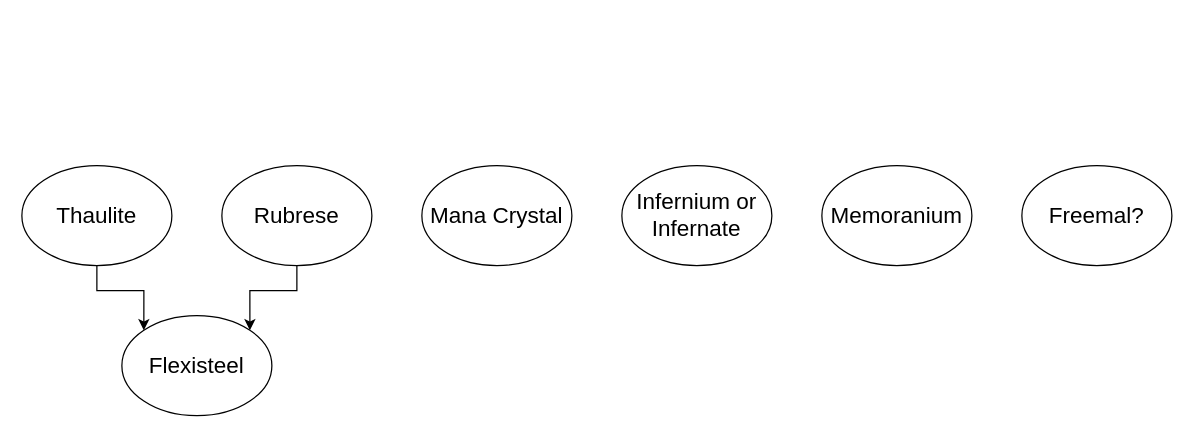
Earlier version of the draw.io diagram ResourceAndCraftingDiagram.drawio (Shain-Allen/MagicFactoryProject). Source tidied: cells renumbered, new cells numbered last; positions are measured from the earlier drawing's top-left corner, leaving out a move shared by most shapes. Both pictures are drawn from the tidied source at 125%, with x=0, y=0 at pixel (21, 165).
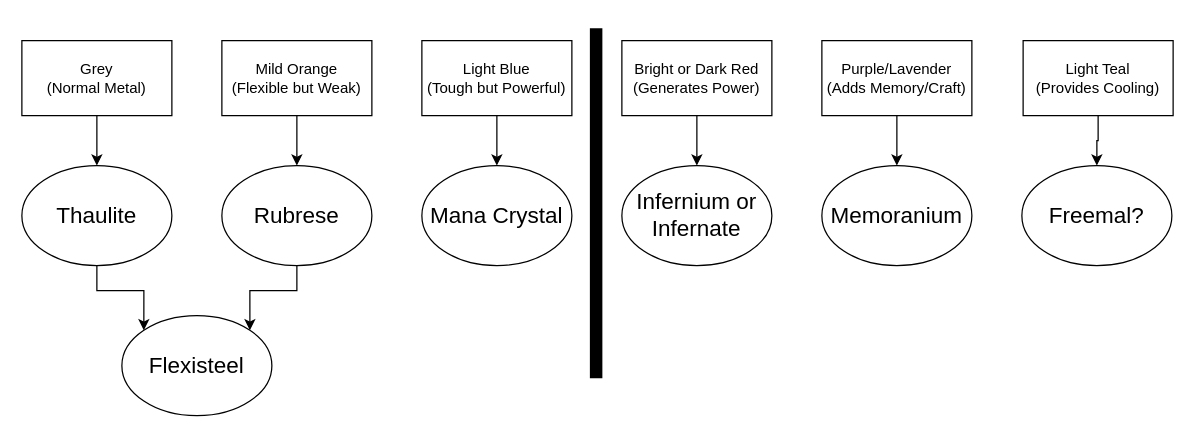
After the change.

Commit message:
Added slight description to each type of resource

The change refers to these unchanged cells:
```xml
<mxCell id="3" value="Rubrese" style="ellipse;whiteSpace=wrap;html=1;fontStyle=0;fontSize=18;fontFamily=Helvetica;" parent="1" vertex="1">
  <mxGeometry x="160" width="120" height="80" as="geometry" />
</mxCell>
<mxCell id="4" value="Freemal?" style="ellipse;whiteSpace=wrap;html=1;fontStyle=0;fontSize=18;fontFamily=Helvetica;" parent="1" vertex="1">
  <mxGeometry x="800" width="120" height="80" as="geometry" />
</mxCell>
<mxCell id="6" value="Thaulite" style="ellipse;whiteSpace=wrap;html=1;fontStyle=0;fontSize=18;fontFamily=Helvetica;" parent="1" vertex="1">
  <mxGeometry width="120" height="80" as="geometry" />
</mxCell>
<mxCell id="8" value="Memoranium" style="ellipse;whiteSpace=wrap;html=1;fontStyle=0;fontSize=18;fontFamily=Helvetica;" parent="1" vertex="1">
  <mxGeometry x="640" width="120" height="80" as="geometry" />
</mxCell>
<mxCell id="9" value="Mana Crystal" style="ellipse;whiteSpace=wrap;html=1;fontStyle=0;fontSize=18;fontFamily=Helvetica;" parent="1" vertex="1">
  <mxGeometry x="320" width="120" height="80" as="geometry" />
</mxCell>
<mxCell id="10" value="Infernium or&lt;br style=&quot;font-size: 18px;&quot;&gt;Infernate" style="ellipse;whiteSpace=wrap;html=1;fontStyle=0;fontSize=18;fontFamily=Helvetica;" parent="1" vertex="1">
  <mxGeometry x="480" width="120" height="80" as="geometry" />
</mxCell>
```

The edit, as a diff of the source:
```diff
@@
+    <mxCell id="11" style="edgeStyle=orthogonalEdgeStyle;rounded=0;jettySize=auto;html=1;exitX=0.5;exitY=1;exitDx=0;exitDy=0;entryX=0.5;entryY=0;entryDx=0;entryDy=0;fontFamily=Helvetica;fontSize=18;" parent="1" edge="1" source="12" target="6">
+      <mxGeometry relative="1" as="geometry" />
+    </mxCell>
+    <mxCell id="12" value="Grey&lt;br&gt;(Normal Metal)" style="rounded=0;whiteSpace=wrap;html=1;fontFamily=Helvetica;fontSize=12;" parent="1" vertex="1">
+      <mxGeometry y="-100" width="120" height="60" as="geometry" />
+    </mxCell>
+    <mxCell id="13" style="edgeStyle=orthogonalEdgeStyle;rounded=0;jettySize=auto;html=1;exitX=0.5;exitY=1;exitDx=0;exitDy=0;entryX=0.5;entryY=0;entryDx=0;entryDy=0;fontFamily=Helvetica;fontSize=18;" parent="1" edge="1" source="14" target="8">
+      <mxGeometry relative="1" as="geometry" />
+    </mxCell>
+    <mxCell id="14" value="Purple/Lavender&lt;br&gt;(Adds Memory/Craft)" style="rounded=0;whiteSpace=wrap;html=1;fontFamily=Helvetica;fontSize=12;" parent="1" vertex="1">
+      <mxGeometry x="640" y="-100" width="120" height="60" as="geometry" />
+    </mxCell>
+    <mxCell id="15" style="edgeStyle=orthogonalEdgeStyle;rounded=0;jettySize=auto;html=1;exitX=0.5;exitY=1;exitDx=0;exitDy=0;entryX=0.5;entryY=0;entryDx=0;entryDy=0;fontFamily=Helvetica;fontSize=18;" parent="1" edge="1" source="16" target="4">
+      <mxGeometry relative="1" as="geometry" />
+    </mxCell>
+    <mxCell id="16" value="Light Teal&lt;br&gt;(Provides Cooling)" style="rounded=0;whiteSpace=wrap;html=1;fontFamily=Helvetica;fontSize=12;" parent="1" vertex="1">
+      <mxGeometry x="801" y="-100" width="120" height="60" as="geometry" />
+    </mxCell>
+    <mxCell id="17" style="edgeStyle=orthogonalEdgeStyle;rounded=0;jettySize=auto;html=1;exitX=0.5;exitY=1;exitDx=0;exitDy=0;entryX=0.5;entryY=0;entryDx=0;entryDy=0;fontFamily=Helvetica;fontSize=18;" parent="1" edge="1" source="18" target="10">
+      <mxGeometry relative="1" as="geometry" />
+    </mxCell>
+    <mxCell id="18" value="Bright or Dark Red&lt;br&gt;(Generates Power)" style="rounded=0;whiteSpace=wrap;html=1;fontFamily=Helvetica;fontSize=12;" parent="1" vertex="1">
+      <mxGeometry x="480" y="-100" width="120" height="60" as="geometry" />
+    </mxCell>
+    <mxCell id="19" style="edgeStyle=orthogonalEdgeStyle;rounded=0;jettySize=auto;html=1;exitX=0.5;exitY=1;exitDx=0;exitDy=0;entryX=0.5;entryY=0;entryDx=0;entryDy=0;fontFamily=Helvetica;fontSize=18;" parent="1" edge="1" source="20" target="3">
+      <mxGeometry relative="1" as="geometry" />
+    </mxCell>
+    <mxCell id="20" value="Mild Orange&lt;br&gt;(Flexible but Weak)" style="rounded=0;whiteSpace=wrap;html=1;fontFamily=Helvetica;fontSize=12;" parent="1" vertex="1">
+      <mxGeometry x="160" y="-100" width="120" height="60" as="geometry" />
+    </mxCell>
+    <mxCell id="21" style="edgeStyle=orthogonalEdgeStyle;rounded=0;jettySize=auto;html=1;exitX=0.5;exitY=1;exitDx=0;exitDy=0;entryX=0.5;entryY=0;entryDx=0;entryDy=0;fontFamily=Helvetica;fontSize=18;" parent="1" edge="1" source="22" target="9">
+      <mxGeometry relative="1" as="geometry" />
+    </mxCell>
+    <mxCell id="22" value="Light Blue&lt;br&gt;(Tough but Powerful)" style="rounded=0;whiteSpace=wrap;html=1;fontFamily=Helvetica;fontSize=12;" parent="1" vertex="1">
+      <mxGeometry x="320" y="-100" width="120" height="60" as="geometry" />
+    </mxCell>
+    <mxCell id="23" style="endArrow=none;html=1;fontFamily=Helvetica;fontSize=18;jumpSize=6;strokeWidth=10;" parent="1" edge="1">
+      <mxGeometry relative="1" as="geometry">
+        <mxPoint x="459.4" y="170" as="sourcePoint" />
+        <mxPoint x="459.4" y="-110" as="targetPoint" />
+      </mxGeometry>
+    </mxCell>
```
